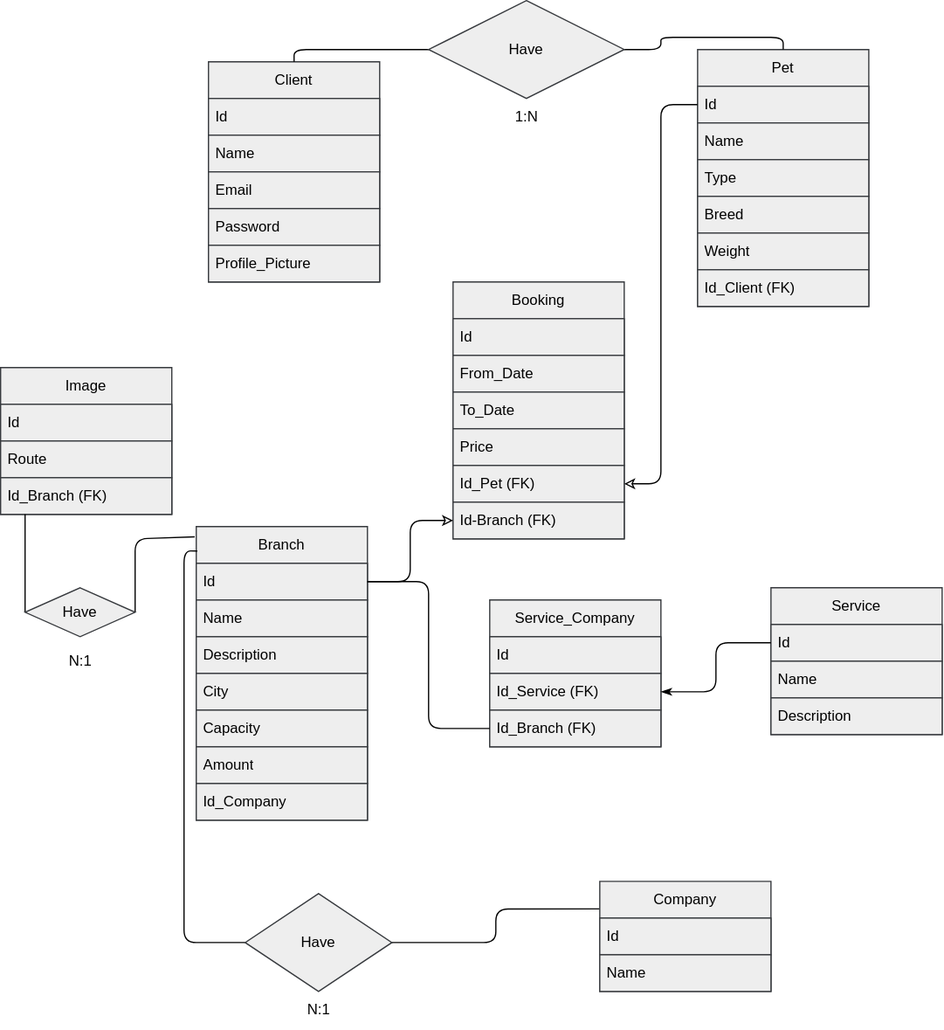
Earlier version of the draw.io export backend/project.drawio.svg (No-Country/c14-16-ft-node-react). Source tidied: cells renumbered, new cells last; positions are measured from the earlier drawing's top-left corner, leaving out a move shared by most shapes.
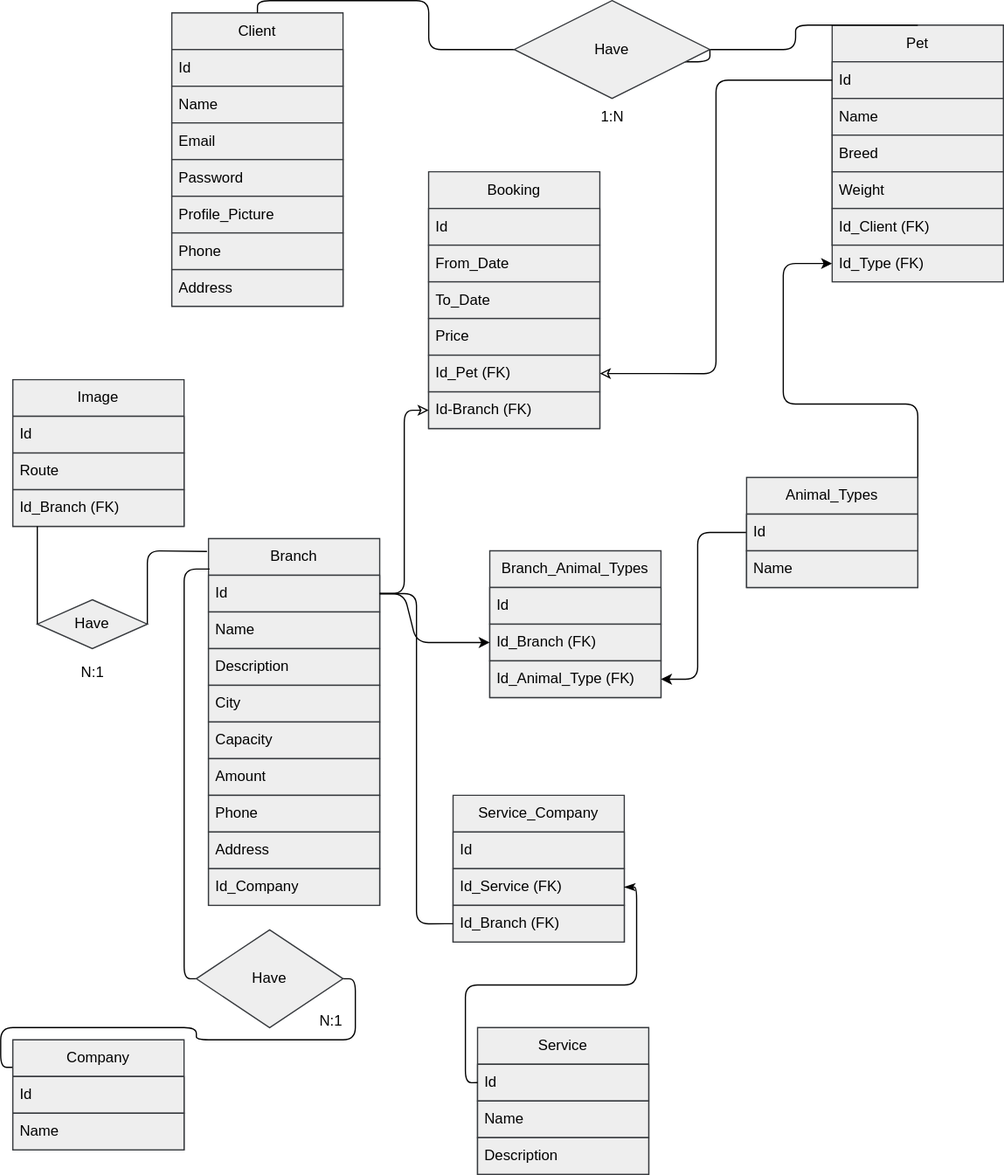
After the change.

What changed in the source:
```diff
@@ -3,7 +3,7 @@
     <mxCell id="0" />
     <mxCell id="1" parent="0" />
     <mxCell id="2" value="Service" style="swimlane;fontStyle=0;horizontal=1;startSize=30;whiteSpace=wrap;html=1;fillColor=#eeeeee;strokeColor=#36393d;fontColor=#000000;" parent="1" vertex="1">
-      <mxGeometry x="630" y="480" width="140" height="120" as="geometry" />
+      <mxGeometry x="380" y="830" width="140" height="120" as="geometry" />
     </mxCell>
     <mxCell id="3" value="Id" style="text;strokeColor=#36393d;fillColor=#eeeeee;align=left;verticalAlign=middle;spacingLeft=4;spacingRight=4;overflow=hidden;points=[[0,0.5],[1,0.5]];portConstraint=eastwest;whiteSpace=wrap;html=1;fontColor=#000000;labelBorderColor=none;" parent="2" vertex="1">
       <mxGeometry y="30" width="140" height="30" as="geometry" />
@@ -18,7 +18,7 @@
       <mxGeometry relative="1" as="geometry" />
     </mxCell>
     <mxCell id="7" value="Company" style="swimlane;fontStyle=0;horizontal=1;startSize=30;whiteSpace=wrap;html=1;fillColor=#eeeeee;strokeColor=#36393d;fontColor=#000000;" parent="1" vertex="1">
-      <mxGeometry x="490" y="720" width="140" height="90" as="geometry" />
+      <mxGeometry y="840" width="140" height="90" as="geometry" />
     </mxCell>
     <mxCell id="8" value="Id" style="text;strokeColor=#36393d;fillColor=#eeeeee;align=left;verticalAlign=middle;spacingLeft=4;spacingRight=4;overflow=hidden;whiteSpace=wrap;html=1;fontColor=#000000;labelBorderColor=none;" parent="7" vertex="1">
       <mxGeometry y="30" width="140" height="30" as="geometry" />
@@ -27,7 +27,7 @@
       <mxGeometry y="60" width="140" height="30" as="geometry" />
     </mxCell>
     <mxCell id="10" value="Service_Company" style="swimlane;fontStyle=0;horizontal=1;startSize=30;whiteSpace=wrap;html=1;fillColor=#eeeeee;strokeColor=#36393d;fontColor=#000000;" parent="1" vertex="1">
-      <mxGeometry x="400" y="490" width="140" height="120" as="geometry" />
+      <mxGeometry x="360" y="640" width="140" height="120" as="geometry" />
     </mxCell>
     <mxCell id="11" value="Id" style="text;strokeColor=#36393d;fillColor=#eeeeee;align=left;verticalAlign=middle;spacingLeft=4;spacingRight=4;overflow=hidden;whiteSpace=wrap;html=1;fontColor=#000000;labelBorderColor=none;" parent="10" vertex="1">
       <mxGeometry y="30" width="140" height="30" as="geometry" />
@@ -39,7 +39,7 @@
       <mxGeometry y="90" width="140" height="30" as="geometry" />
     </mxCell>
     <mxCell id="14" value="Client" style="swimlane;fontStyle=0;horizontal=1;startSize=30;whiteSpace=wrap;html=1;fillColor=#eeeeee;strokeColor=#36393d;fontColor=#000000;" parent="1" vertex="1">
-      <mxGeometry x="170" y="50" width="140" height="180" as="geometry" />
+      <mxGeometry x="130" width="140" height="240" as="geometry" />
     </mxCell>
     <mxCell id="15" value="Id" style="text;strokeColor=#36393d;fillColor=#eeeeee;align=left;verticalAlign=middle;spacingLeft=4;spacingRight=4;overflow=hidden;whiteSpace=wrap;html=1;labelBorderColor=none;fontColor=#000000;" parent="14" vertex="1">
       <mxGeometry y="30" width="140" height="30" as="geometry" />
@@ -56,8 +56,14 @@
     <mxCell id="19" value="Profile_Picture" style="text;strokeColor=#36393d;fillColor=#eeeeee;align=left;verticalAlign=middle;spacingLeft=4;spacingRight=4;overflow=hidden;whiteSpace=wrap;html=1;fontColor=#000000;" parent="14" vertex="1">
       <mxGeometry y="150" width="140" height="30" as="geometry" />
     </mxCell>
+    <mxCell id="61" value="Phone" style="text;strokeColor=#36393d;fillColor=#eeeeee;align=left;verticalAlign=middle;spacingLeft=4;spacingRight=4;overflow=hidden;whiteSpace=wrap;html=1;fontColor=#000000;" parent="14" vertex="1">
+      <mxGeometry y="180" width="140" height="30" as="geometry" />
+    </mxCell>
+    <mxCell id="62" value="Address" style="text;strokeColor=#36393d;fillColor=#eeeeee;align=left;verticalAlign=middle;spacingLeft=4;spacingRight=4;overflow=hidden;whiteSpace=wrap;html=1;fontColor=#000000;" parent="14" vertex="1">
+      <mxGeometry y="210" width="140" height="30" as="geometry" />
+    </mxCell>
     <mxCell id="20" value="Pet" style="swimlane;fontStyle=0;horizontal=1;startSize=30;whiteSpace=wrap;html=1;fillColor=#eeeeee;strokeColor=#36393d;fontColor=#000000;" parent="1" vertex="1">
-      <mxGeometry x="570" y="40" width="140" height="210" as="geometry" />
+      <mxGeometry x="670" y="10" width="140" height="180" as="geometry" />
     </mxCell>
     <mxCell id="21" value="Id" style="text;strokeColor=#36393d;fillColor=#eeeeee;align=left;verticalAlign=middle;spacingLeft=4;spacingRight=4;overflow=hidden;points=[[0,0.5],[1,0.5]];portConstraint=eastwest;whiteSpace=wrap;html=1;fontColor=#000000;labelBorderColor=none;" parent="20" vertex="1">
       <mxGeometry y="30" width="140" height="30" as="geometry" />
@@ -65,17 +71,14 @@
     <mxCell id="22" value="Name" style="text;strokeColor=#36393d;fillColor=#eeeeee;align=left;verticalAlign=middle;spacingLeft=4;spacingRight=4;overflow=hidden;whiteSpace=wrap;html=1;fontColor=#000000;labelBorderColor=none;" parent="20" vertex="1">
       <mxGeometry y="60" width="140" height="30" as="geometry" />
     </mxCell>
-    <mxCell id="23" value="Type" style="text;strokeColor=#36393d;fillColor=#eeeeee;align=left;verticalAlign=middle;spacingLeft=4;spacingRight=4;overflow=hidden;points=[[0,0.5],[1,0.5]];portConstraint=eastwest;whiteSpace=wrap;html=1;fontColor=#000000;labelBorderColor=none;" parent="20" vertex="1">
-      <mxGeometry y="90" width="140" height="30" as="geometry" />
-    </mxCell>
     <mxCell id="24" value="Breed" style="text;strokeColor=#36393d;fillColor=#eeeeee;align=left;verticalAlign=middle;spacingLeft=4;spacingRight=4;overflow=hidden;whiteSpace=wrap;html=1;fontColor=#000000;labelBorderColor=none;" parent="20" vertex="1">
-      <mxGeometry y="120" width="140" height="30" as="geometry" />
+      <mxGeometry y="90" width="140" height="30" as="geometry" />
     </mxCell>
     <mxCell id="25" value="Weight" style="text;strokeColor=#36393d;fillColor=#eeeeee;align=left;verticalAlign=middle;spacingLeft=4;spacingRight=4;overflow=hidden;whiteSpace=wrap;html=1;fontColor=#000000;labelBorderColor=none;" parent="20" vertex="1">
-      <mxGeometry y="150" width="140" height="30" as="geometry" />
+      <mxGeometry y="120" width="140" height="30" as="geometry" />
     </mxCell>
     <mxCell id="26" value="Id_Client (FK)" style="text;strokeColor=#36393d;fillColor=#eeeeee;align=left;verticalAlign=middle;spacingLeft=4;spacingRight=4;overflow=hidden;whiteSpace=wrap;html=1;fontColor=#000000;labelBorderColor=none;" parent="20" vertex="1">
-      <mxGeometry y="180" width="140" height="30" as="geometry" />
+      <mxGeometry y="150" width="140" height="30" as="geometry" />
     </mxCell>
     <mxCell id="27" style="edgeStyle=orthogonalEdgeStyle;html=1;entryX=0.5;entryY=0;entryDx=0;entryDy=0;endArrow=none;endFill=0;startArrow=none;startFill=0;exitX=0;exitY=0.5;exitDx=0;exitDy=0;" parent="1" edge="1" source="29" target="14">
       <mxGeometry relative="1" as="geometry" />
@@ -90,16 +93,16 @@
       </mxGeometry>
     </mxCell>
     <mxCell id="29" value="Have" style="rhombus;whiteSpace=wrap;html=1;fillColor=#eeeeee;strokeColor=#36393d;fontColor=#000000;" parent="1" vertex="1">
-      <mxGeometry x="350" width="160" height="80" as="geometry" />
+      <mxGeometry x="410" y="-10" width="160" height="80" as="geometry" />
     </mxCell>
     <mxCell id="30" value="1:N" style="text;html=1;align=center;verticalAlign=middle;" parent="1" vertex="1">
-      <mxGeometry x="410" y="80" width="40" height="30" as="geometry" />
+      <mxGeometry x="470" y="70" width="40" height="30" as="geometry" />
     </mxCell>
     <mxCell id="31" style="edgeStyle=orthogonalEdgeStyle;html=1;exitX=0;exitY=0.5;exitDx=0;exitDy=0;entryX=1;entryY=0.5;entryDx=0;entryDy=0;startArrow=none;startFill=0;endArrow=classicThin;endFill=1;" parent="1" edge="1" source="3" target="12">
       <mxGeometry relative="1" as="geometry" />
     </mxCell>
     <mxCell id="32" value="Branch" style="swimlane;fontStyle=0;horizontal=1;startSize=30;whiteSpace=wrap;html=1;fillColor=#eeeeee;strokeColor=#36393d;fontColor=#000000;" parent="1" vertex="1">
-      <mxGeometry x="160" y="430" width="140" height="240" as="geometry" />
+      <mxGeometry x="160" y="430" width="140" height="300" as="geometry" />
     </mxCell>
     <mxCell id="33" value="Id" style="text;strokeColor=#36393d;fillColor=#eeeeee;align=left;verticalAlign=middle;spacingLeft=4;spacingRight=4;overflow=hidden;points=[[0,0.5],[1,0.5]];portConstraint=eastwest;whiteSpace=wrap;html=1;fontColor=#000000;labelBorderColor=none;" parent="32" vertex="1">
       <mxGeometry y="30" width="140" height="30" as="geometry" />
@@ -119,14 +122,20 @@
     <mxCell id="38" value="Amount" style="text;strokeColor=#36393d;fillColor=#eeeeee;align=left;verticalAlign=middle;spacingLeft=4;spacingRight=4;overflow=hidden;whiteSpace=wrap;html=1;fontColor=#000000;labelBorderColor=none;" parent="32" vertex="1">
       <mxGeometry y="180" width="140" height="30" as="geometry" />
     </mxCell>
+    <mxCell id="63" value="Phone" style="text;strokeColor=#36393d;fillColor=#eeeeee;align=left;verticalAlign=middle;spacingLeft=4;spacingRight=4;overflow=hidden;whiteSpace=wrap;html=1;fontColor=#000000;labelBorderColor=none;" parent="32" vertex="1">
+      <mxGeometry y="210" width="140" height="30" as="geometry" />
+    </mxCell>
+    <mxCell id="64" value="Address" style="text;strokeColor=#36393d;fillColor=#eeeeee;align=left;verticalAlign=middle;spacingLeft=4;spacingRight=4;overflow=hidden;whiteSpace=wrap;html=1;fontColor=#000000;labelBorderColor=none;" parent="32" vertex="1">
+      <mxGeometry y="240" width="140" height="30" as="geometry" />
+    </mxCell>
     <mxCell id="39" value="Id_Company" style="text;strokeColor=#36393d;fillColor=#eeeeee;align=left;verticalAlign=middle;spacingLeft=4;spacingRight=4;overflow=hidden;whiteSpace=wrap;html=1;fontColor=#000000;labelBorderColor=none;" parent="32" vertex="1">
-      <mxGeometry y="210" width="140" height="30" as="geometry" />
+      <mxGeometry y="270" width="140" height="30" as="geometry" />
     </mxCell>
     <mxCell id="40" style="edgeStyle=orthogonalEdgeStyle;html=1;exitX=1;exitY=0.5;exitDx=0;exitDy=0;entryX=0;entryY=0.5;entryDx=0;entryDy=0;startArrow=none;startFill=0;endArrow=none;endFill=0;" parent="1" edge="1" source="33" target="13">
       <mxGeometry relative="1" as="geometry" />
     </mxCell>
     <mxCell id="41" value="Booking" style="swimlane;fontStyle=0;horizontal=1;startSize=30;whiteSpace=wrap;html=1;fillColor=#eeeeee;strokeColor=#36393d;fontColor=#000000;" parent="1" vertex="1">
-      <mxGeometry x="370" y="230" width="140" height="210" as="geometry" />
+      <mxGeometry x="340" y="130" width="140" height="210" as="geometry" />
     </mxCell>
     <mxCell id="42" value="Id" style="text;strokeColor=#36393d;fillColor=#eeeeee;align=left;verticalAlign=middle;spacingLeft=4;spacingRight=4;overflow=hidden;whiteSpace=wrap;html=1;fontColor=#000000;labelBorderColor=none;" parent="41" vertex="1">
       <mxGeometry y="30" width="140" height="30" as="geometry" />
@@ -156,7 +165,7 @@
       <mxGeometry relative="1" as="geometry" />
     </mxCell>
     <mxCell id="51" value="Have" style="rhombus;whiteSpace=wrap;html=1;fillColor=#eeeeee;strokeColor=#36393d;fontColor=#000000;" parent="1" vertex="1">
-      <mxGeometry x="200" y="730" width="120" height="80" as="geometry" />
+      <mxGeometry x="150" y="750" width="120" height="80" as="geometry" />
     </mxCell>
     <mxCell id="52" value="N:1" style="text;html=1;align=center;verticalAlign=middle;strokeColor=none;fillColor=none;" parent="1" vertex="1">
       <mxGeometry x="240" y="810" width="40" height="30" as="geometry" />
@@ -191,5 +200,55 @@
     <mxCell id="60" value="N:1" style="text;html=1;align=center;verticalAlign=middle;strokeColor=none;fillColor=none;" parent="1" vertex="1">
       <mxGeometry x="45" y="525" width="40" height="30" as="geometry" />
     </mxCell>
+    <mxCell id="65" style="edgeStyle=none;html=1;exitX=1;exitY=0.5;exitDx=0;exitDy=0;entryX=0;entryY=0.5;entryDx=0;entryDy=0;" parent="1" edge="1" source="67" target="23">
+      <mxGeometry relative="1" as="geometry">
+        <Array as="points">
+          <mxPoint x="740" y="415" />
+          <mxPoint x="740" y="320" />
+          <mxPoint x="630" y="320" />
+          <mxPoint x="630" y="205" />
+        </Array>
+      </mxGeometry>
+    </mxCell>
+    <mxCell id="66" style="edgeStyle=none;html=1;exitX=0;exitY=0.5;exitDx=0;exitDy=0;entryX=1;entryY=0.5;entryDx=0;entryDy=0;" parent="1" edge="1" source="67" target="73">
+      <mxGeometry relative="1" as="geometry">
+        <Array as="points">
+          <mxPoint x="560" y="425" />
+          <mxPoint x="560" y="545" />
+        </Array>
+      </mxGeometry>
+    </mxCell>
+    <mxCell id="67" value="Animal_Types" style="swimlane;fontStyle=0;horizontal=1;startSize=30;whiteSpace=wrap;html=1;fillColor=#eeeeee;strokeColor=#36393d;fontColor=#000000;" parent="1" vertex="1">
+      <mxGeometry x="600" y="380" width="140" height="90" as="geometry" />
+    </mxCell>
+    <mxCell id="68" value="Id" style="text;strokeColor=#36393d;fillColor=#eeeeee;align=left;verticalAlign=middle;spacingLeft=4;spacingRight=4;overflow=hidden;whiteSpace=wrap;html=1;fontColor=#000000;labelBorderColor=none;" parent="67" vertex="1">
+      <mxGeometry y="30" width="140" height="30" as="geometry" />
+    </mxCell>
+    <mxCell id="69" value="Name" style="text;strokeColor=#36393d;fillColor=#eeeeee;align=left;verticalAlign=middle;spacingLeft=4;spacingRight=4;overflow=hidden;whiteSpace=wrap;html=1;fontColor=#000000;labelBorderColor=none;" parent="67" vertex="1">
+      <mxGeometry y="60" width="140" height="30" as="geometry" />
+    </mxCell>
+    <mxCell id="23" value="Id_Type (FK)" style="text;strokeColor=#36393d;fillColor=#eeeeee;align=left;verticalAlign=middle;spacingLeft=4;spacingRight=4;overflow=hidden;points=[[0,0.5],[1,0.5]];portConstraint=eastwest;whiteSpace=wrap;html=1;fontColor=#000000;labelBorderColor=none;" parent="1" vertex="1">
+      <mxGeometry x="670" y="190" width="140" height="30" as="geometry" />
+    </mxCell>
+    <mxCell id="70" value="Branch_Animal_Types" style="swimlane;fontStyle=0;horizontal=1;startSize=30;whiteSpace=wrap;html=1;fillColor=#eeeeee;strokeColor=#36393d;fontColor=#000000;" parent="1" vertex="1">
+      <mxGeometry x="390" y="440" width="140" height="120" as="geometry" />
+    </mxCell>
+    <mxCell id="71" value="Id" style="text;strokeColor=#36393d;fillColor=#eeeeee;align=left;verticalAlign=middle;spacingLeft=4;spacingRight=4;overflow=hidden;whiteSpace=wrap;html=1;fontColor=#000000;labelBorderColor=none;" parent="70" vertex="1">
+      <mxGeometry y="30" width="140" height="30" as="geometry" />
+    </mxCell>
+    <mxCell id="72" value="Id_Branch (FK)" style="text;strokeColor=#36393d;fillColor=#eeeeee;align=left;verticalAlign=middle;spacingLeft=4;spacingRight=4;overflow=hidden;points=[[0,0.5],[1,0.5]];portConstraint=eastwest;whiteSpace=wrap;html=1;fontColor=#000000;labelBorderColor=none;" parent="70" vertex="1">
+      <mxGeometry y="60" width="140" height="30" as="geometry" />
+    </mxCell>
+    <mxCell id="73" value="Id_Animal_Type (FK)" style="text;strokeColor=#36393d;fillColor=#eeeeee;align=left;verticalAlign=middle;spacingLeft=4;spacingRight=4;overflow=hidden;points=[[0,0.5],[1,0.5]];portConstraint=eastwest;whiteSpace=wrap;html=1;fontColor=#000000;labelBorderColor=none;" parent="70" vertex="1">
+      <mxGeometry y="90" width="140" height="30" as="geometry" />
+    </mxCell>
+    <mxCell id="74" style="edgeStyle=none;html=1;exitX=1;exitY=0.5;exitDx=0;exitDy=0;entryX=0;entryY=0.5;entryDx=0;entryDy=0;" parent="1" edge="1" source="33" target="72">
+      <mxGeometry relative="1" as="geometry">
+        <Array as="points">
+          <mxPoint x="320" y="475" />
+          <mxPoint x="330" y="515" />
+        </Array>
+      </mxGeometry>
+    </mxCell>
   </root>
 </mxGraphModel>
```
